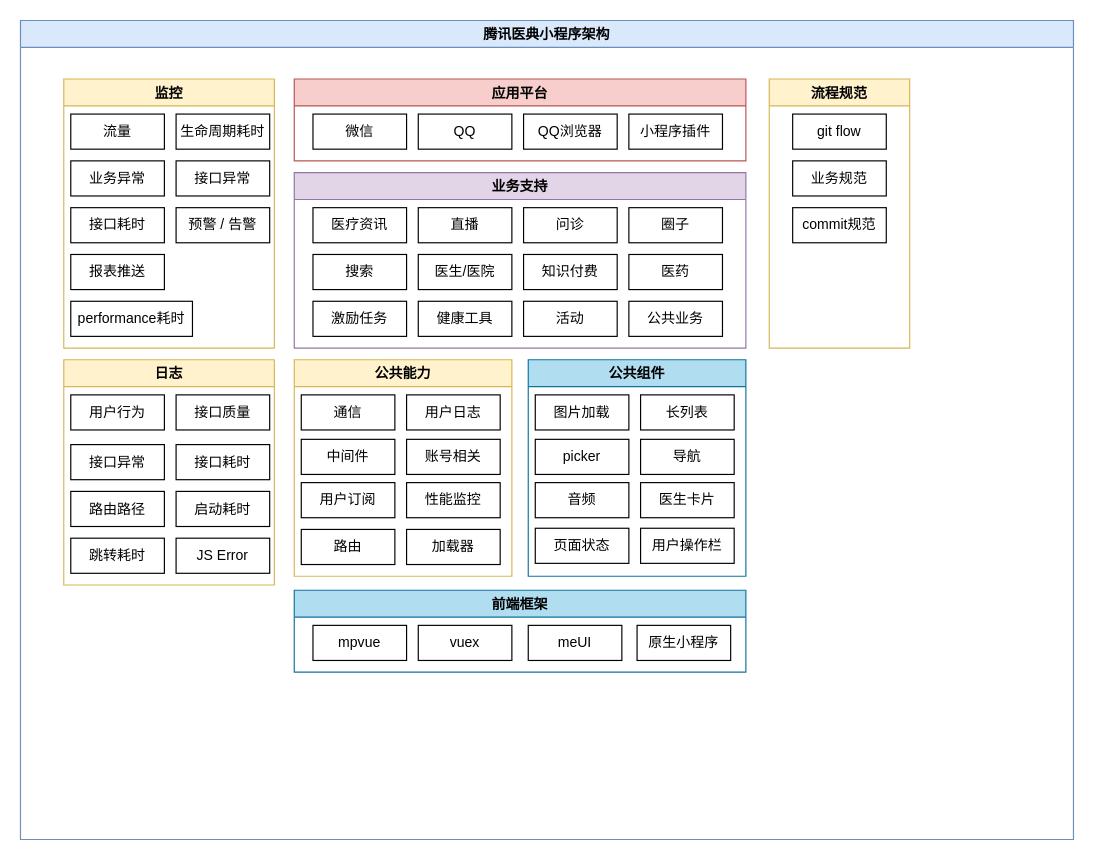
Earlier version of the draw.io diagram Untitled Diagram.drawio (yiqianglin/dailyHabits). Source tidied: cells renumbered, new cells numbered last; positions are measured from the earlier drawing's top-left corner, leaving out a move shared by most shapes. Both pictures are drawn from the tidied source at 117%, with x=0, y=0 at pixel (20, 20).
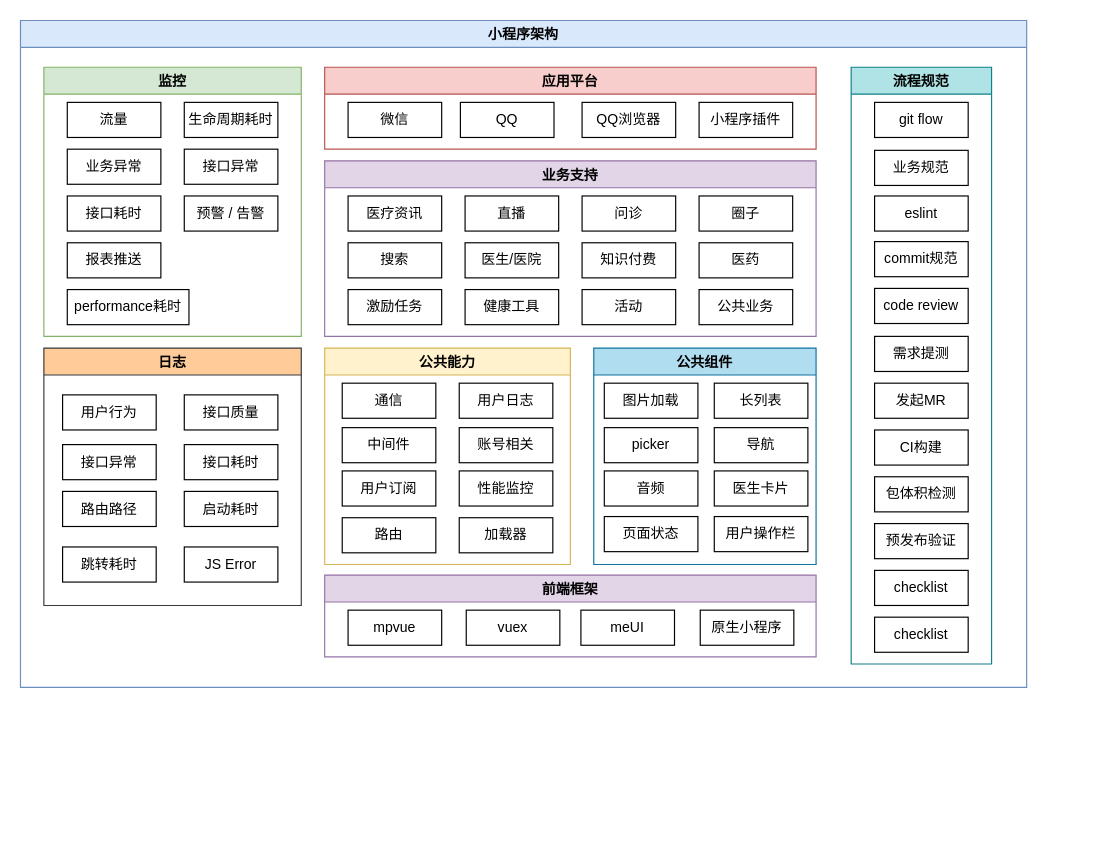
After the change.

The edit, as a diff of the source:
```diff
@@
-    <mxCell id="2" value="腾讯医典小程序架构" style="swimlane;fillColor=#dae8fc;strokeColor=#6c8ebf;" parent="1" vertex="1">
-      <mxGeometry width="900" height="700" as="geometry" />
+    <mxCell id="2" value="小程序架构" style="swimlane;fillColor=#dae8fc;strokeColor=#6c8ebf;" parent="1" vertex="1">
+      <mxGeometry width="860" height="570" as="geometry" />
     </mxCell>
     <mxCell id="3" value="应用平台" style="swimlane;fillColor=#f8cecc;strokeColor=#b85450;" parent="2" vertex="1">
-      <mxGeometry x="234" y="50" width="386" height="70" as="geometry" />
+      <mxGeometry x="260" y="40" width="420" height="70" as="geometry" />
     </mxCell>
     <mxCell id="4" value="微信" style="whiteSpace=wrap;html=1;" parent="3" vertex="1">
-      <mxGeometry x="16" y="30" width="80" height="30" as="geometry" />
+      <mxGeometry x="20" y="30" width="80" height="30" as="geometry" />
     </mxCell>
     <mxCell id="5" value="QQ" style="whiteSpace=wrap;html=1;" parent="3" vertex="1">
-      <mxGeometry x="106" y="30" width="80" height="30" as="geometry" />
+      <mxGeometry x="116" y="30" width="80" height="30" as="geometry" />
     </mxCell>
     <mxCell id="6" value="QQ浏览器" style="whiteSpace=wrap;html=1;" parent="3" vertex="1">
-      <mxGeometry x="196" y="30" width="80" height="30" as="geometry" />
+      <mxGeometry x="220" y="30" width="80" height="30" as="geometry" />
     </mxCell>
     <mxCell id="7" value="小程序插件" style="whiteSpace=wrap;html=1;" parent="3" vertex="1">
-      <mxGeometry x="286" y="30" width="80" height="30" as="geometry" />
+      <mxGeometry x="320" y="30" width="80" height="30" as="geometry" />
     </mxCell>
     <mxCell id="8" value="业务支持" style="swimlane;fillColor=#e1d5e7;strokeColor=#9673a6;" parent="2" vertex="1">
-      <mxGeometry x="234" y="130" width="386" height="150" as="geometry" />
+      <mxGeometry x="260" y="120" width="420" height="150" as="geometry" />
     </mxCell>
     <mxCell id="9" value="医疗资讯" style="whiteSpace=wrap;html=1;" parent="8" vertex="1">
-      <mxGeometry x="16" y="30" width="80" height="30" as="geometry" />
+      <mxGeometry x="20" y="30" width="80" height="30" as="geometry" />
     </mxCell>
     <mxCell id="10" value="直播" style="whiteSpace=wrap;html=1;" parent="8" vertex="1">
-      <mxGeometry x="106" y="30" width="80" height="30" as="geometry" />
+      <mxGeometry x="120" y="30" width="80" height="30" as="geometry" />
     </mxCell>
     <mxCell id="11" value="问诊" style="whiteSpace=wrap;html=1;" parent="8" vertex="1">
-      <mxGeometry x="196" y="30" width="80" height="30" as="geometry" />
+      <mxGeometry x="220" y="30" width="80" height="30" as="geometry" />
     </mxCell>
     <mxCell id="12" value="圈子" style="whiteSpace=wrap;html=1;" parent="8" vertex="1">
-      <mxGeometry x="286" y="30" width="80" height="30" as="geometry" />
+      <mxGeometry x="320" y="30" width="80" height="30" as="geometry" />
     </mxCell>
     <mxCell id="13" value="搜索" style="whiteSpace=wrap;html=1;" parent="8" vertex="1">
-      <mxGeometry x="16" y="70" width="80" height="30" as="geometry" />
+      <mxGeometry x="20" y="70" width="80" height="30" as="geometry" />
     </mxCell>
     <mxCell id="14" value="医生/医院" style="whiteSpace=wrap;html=1;" parent="8" vertex="1">
-      <mxGeometry x="106" y="70" width="80" height="30" as="geometry" />
+      <mxGeometry x="120" y="70" width="80" height="30" as="geometry" />
     </mxCell>
     <mxCell id="15" value="知识付费" style="whiteSpace=wrap;html=1;" parent="8" vertex="1">
-      <mxGeometry x="196" y="70" width="80" height="30" as="geometry" />
+      <mxGeometry x="220" y="70" width="80" height="30" as="geometry" />
     </mxCell>
     <mxCell id="16" value="激励任务" style="whiteSpace=wrap;html=1;" parent="8" vertex="1">
-      <mxGeometry x="16" y="110" width="80" height="30" as="geometry" />
+      <mxGeometry x="20" y="110" width="80" height="30" as="geometry" />
     </mxCell>
     <mxCell id="17" value="健康工具" style="whiteSpace=wrap;html=1;" parent="8" vertex="1">
-      <mxGeometry x="106" y="110" width="80" height="30" as="geometry" />
+      <mxGeometry x="120" y="110" width="80" height="30" as="geometry" />
     </mxCell>
     <mxCell id="18" value="活动" style="whiteSpace=wrap;html=1;" parent="8" vertex="1">
-      <mxGeometry x="196" y="110" width="80" height="30" as="geometry" />
+      <mxGeometry x="220" y="110" width="80" height="30" as="geometry" />
     </mxCell>
     <mxCell id="19" value="公共业务" style="whiteSpace=wrap;html=1;" parent="8" vertex="1">
-      <mxGeometry x="286" y="110" width="80" height="30" as="geometry" />
+      <mxGeometry x="320" y="110" width="80" height="30" as="geometry" />
     </mxCell>
     <mxCell id="20" value="医药" style="whiteSpace=wrap;html=1;" parent="8" vertex="1">
-      <mxGeometry x="286" y="70" width="80" height="30" as="geometry" />
+      <mxGeometry x="320" y="70" width="80" height="30" as="geometry" />
     </mxCell>
     <mxCell id="21" value="公共能力" style="swimlane;fillColor=#fff2cc;strokeColor=#d6b656;" parent="2" vertex="1">
-      <mxGeometry x="234" y="290" width="186" height="185" as="geometry" />
+      <mxGeometry x="260" y="280" width="210" height="185" as="geometry" />
     </mxCell>
     <mxCell id="22" value="通信" style="whiteSpace=wrap;html=1;" parent="21" vertex="1">
-      <mxGeometry x="6" y="30" width="80" height="30" as="geometry" />
+      <mxGeometry x="15" y="30" width="80" height="30" as="geometry" />
     </mxCell>
     <mxCell id="23" value="用户日志" style="whiteSpace=wrap;html=1;" parent="21" vertex="1">
-      <mxGeometry x="96" y="30" width="80" height="30" as="geometry" />
+      <mxGeometry x="115" y="30" width="80" height="30" as="geometry" />
     </mxCell>
     <mxCell id="24" value="账号相关" style="whiteSpace=wrap;html=1;" parent="21" vertex="1">
-      <mxGeometry x="96" y="68" width="80" height="30" as="geometry" />
+      <mxGeometry x="115" y="68" width="80" height="30" as="geometry" />
     </mxCell>
     <mxCell id="25" value="用户订阅" style="whiteSpace=wrap;html=1;" parent="21" vertex="1">
-      <mxGeometry x="6" y="105" width="80" height="30" as="geometry" />
+      <mxGeometry x="15" y="105" width="80" height="30" as="geometry" />
     </mxCell>
     <mxCell id="26" value="性能监控" style="whiteSpace=wrap;html=1;" parent="21" vertex="1">
-      <mxGeometry x="96" y="105" width="80" height="30" as="geometry" />
+      <mxGeometry x="115" y="105" width="80" height="30" as="geometry" />
     </mxCell>
     <mxCell id="27" value="路由" style="whiteSpace=wrap;html=1;" parent="21" vertex="1">
-      <mxGeometry x="6" y="145" width="80" height="30" as="geometry" />
+      <mxGeometry x="15" y="145" width="80" height="30" as="geometry" />
     </mxCell>
     <mxCell id="28" value="加载器" style="whiteSpace=wrap;html=1;" parent="21" vertex="1">
-      <mxGeometry x="96" y="145" width="80" height="30" as="geometry" />
+      <mxGeometry x="115" y="145" width="80" height="30" as="geometry" />
     </mxCell>
     <mxCell id="29" value="中间件" style="whiteSpace=wrap;html=1;" parent="21" vertex="1">
-      <mxGeometry x="6" y="68" width="80" height="30" as="geometry" />
+      <mxGeometry x="15" y="68" width="80" height="30" as="geometry" />
     </mxCell>
     <mxCell id="30" value="公共组件" style="swimlane;fillColor=#b1ddf0;strokeColor=#10739e;" parent="2" vertex="1">
-      <mxGeometry x="434" y="290" width="186" height="185" as="geometry" />
+      <mxGeometry x="490" y="280" width="190" height="185" as="geometry" />
     </mxCell>
     <mxCell id="31" value="图片加载" style="whiteSpace=wrap;html=1;" parent="30" vertex="1">
-      <mxGeometry x="6" y="30" width="80" height="30" as="geometry" />
+      <mxGeometry x="9" y="30" width="80" height="30" as="geometry" />
     </mxCell>
     <mxCell id="32" value="长列表" style="whiteSpace=wrap;html=1;" parent="30" vertex="1">
-      <mxGeometry x="96" y="30" width="80" height="30" as="geometry" />
+      <mxGeometry x="103" y="30" width="80" height="30" as="geometry" />
     </mxCell>
     <mxCell id="33" value="导航" style="whiteSpace=wrap;html=1;" parent="30" vertex="1">
-      <mxGeometry x="96" y="68" width="80" height="30" as="geometry" />
+      <mxGeometry x="103" y="68" width="80" height="30" as="geometry" />
     </mxCell>
     <mxCell id="34" value="音频" style="whiteSpace=wrap;html=1;" parent="30" vertex="1">
-      <mxGeometry x="6" y="105" width="80" height="30" as="geometry" />
+      <mxGeometry x="9" y="105" width="80" height="30" as="geometry" />
     </mxCell>
     <mxCell id="35" value="医生卡片" style="whiteSpace=wrap;html=1;" parent="30" vertex="1">
-      <mxGeometry x="96" y="105" width="80" height="30" as="geometry" />
+      <mxGeometry x="103" y="105" width="80" height="30" as="geometry" />
     </mxCell>
     <mxCell id="36" value="picker" style="whiteSpace=wrap;html=1;" parent="30" vertex="1">
-      <mxGeometry x="6" y="68" width="80" height="30" as="geometry" />
+      <mxGeometry x="9" y="68" width="80" height="30" as="geometry" />
     </mxCell>
     <mxCell id="37" value="页面状态" style="whiteSpace=wrap;html=1;" parent="30" vertex="1">
-      <mxGeometry x="6" y="144" width="80" height="30" as="geometry" />
+      <mxGeometry x="9" y="144" width="80" height="30" as="geometry" />
     </mxCell>
     <mxCell id="38" value="用户操作栏" style="whiteSpace=wrap;html=1;" parent="30" vertex="1">
-      <mxGeometry x="96" y="144" width="80" height="30" as="geometry" />
+      <mxGeometry x="103" y="144" width="80" height="30" as="geometry" />
     </mxCell>
-    <mxCell id="39" value="前端框架" style="swimlane;fillColor=#b1ddf0;strokeColor=#10739e;" parent="2" vertex="1">
-      <mxGeometry x="234" y="487" width="386" height="70" as="geometry" />
+    <mxCell id="39" value="前端框架" style="swimlane;fillColor=#e1d5e7;strokeColor=#9673a6;" parent="2" vertex="1">
+      <mxGeometry x="260" y="474" width="420" height="70" as="geometry" />
     </mxCell>
     <mxCell id="40" value="mpvue" style="whiteSpace=wrap;html=1;" parent="39" vertex="1">
-      <mxGeometry x="16" y="30" width="80" height="30" as="geometry" />
+      <mxGeometry x="20" y="30" width="80" height="30" as="geometry" />
     </mxCell>
     <mxCell id="41" value="vuex" style="whiteSpace=wrap;html=1;" parent="39" vertex="1">
-      <mxGeometry x="106" y="30" width="80" height="30" as="geometry" />
+      <mxGeometry x="121" y="30" width="80" height="30" as="geometry" />
     </mxCell>
     <mxCell id="42" value="meUI" style="whiteSpace=wrap;html=1;" parent="39" vertex="1">
-      <mxGeometry x="200" y="30" width="80" height="30" as="geometry" />
+      <mxGeometry x="219" y="30" width="80" height="30" as="geometry" />
     </mxCell>
     <mxCell id="43" value="原生小程序" style="whiteSpace=wrap;html=1;" parent="39" vertex="1">
-      <mxGeometry x="293" y="30" width="80" height="30" as="geometry" />
+      <mxGeometry x="321" y="30" width="80" height="30" as="geometry" />
     </mxCell>
+    <mxCell id="62" value="流程规范" style="swimlane;fillColor=#b0e3e6;strokeColor=#0e8088;" parent="2" vertex="1">
+      <mxGeometry x="710" y="40" width="120" height="510" as="geometry" />
+    </mxCell>
+    <mxCell id="63" value="git flow" style="whiteSpace=wrap;html=1;" parent="62" vertex="1">
+      <mxGeometry x="20" y="30" width="80" height="30" as="geometry" />
+    </mxCell>
+    <mxCell id="64" value="业务规范" style="whiteSpace=wrap;html=1;" parent="62" vertex="1">
+      <mxGeometry x="20" y="71" width="80" height="30" as="geometry" />
+    </mxCell>
+    <mxCell id="65" value="commit规范" style="whiteSpace=wrap;html=1;" parent="62" vertex="1">
+      <mxGeometry x="20" y="149" width="80" height="30" as="geometry" />
+    </mxCell>
+    <mxCell id="66" value="code review" style="whiteSpace=wrap;html=1;" parent="62" vertex="1">
+      <mxGeometry x="20" y="189" width="80" height="30" as="geometry" />
+    </mxCell>
+    <mxCell id="67" value="需求提测" style="whiteSpace=wrap;html=1;" parent="62" vertex="1">
+      <mxGeometry x="20" y="230" width="80" height="30" as="geometry" />
+    </mxCell>
+    <mxCell id="68" value="发起MR" style="whiteSpace=wrap;html=1;" parent="62" vertex="1">
+      <mxGeometry x="20" y="270" width="80" height="30" as="geometry" />
+    </mxCell>
+    <mxCell id="69" value="CI构建" style="whiteSpace=wrap;html=1;" parent="62" vertex="1">
+      <mxGeometry x="20" y="310" width="80" height="30" as="geometry" />
+    </mxCell>
+    <mxCell id="70" value="预发布验证" style="whiteSpace=wrap;html=1;" parent="62" vertex="1">
+      <mxGeometry x="20" y="390" width="80" height="30" as="geometry" />
+    </mxCell>
+    <mxCell id="71" value="包体积检测" style="whiteSpace=wrap;html=1;" parent="62" vertex="1">
+      <mxGeometry x="20" y="350" width="80" height="30" as="geometry" />
+    </mxCell>
+    <mxCell id="72" value="checklist" style="whiteSpace=wrap;html=1;" parent="62" vertex="1">
+      <mxGeometry x="20" y="430" width="80" height="30" as="geometry" />
+    </mxCell>
+    <mxCell id="73" value="checklist" style="whiteSpace=wrap;html=1;" parent="62" vertex="1">
+      <mxGeometry x="20" y="470" width="80" height="30" as="geometry" />
+    </mxCell>
+    <mxCell id="74" value="eslint" style="whiteSpace=wrap;html=1;" parent="62" vertex="1">
+      <mxGeometry x="20" y="110" width="80" height="30" as="geometry" />
+    </mxCell>
-    <mxCell id="44" value="监控" style="swimlane;fillColor=#fff2cc;strokeColor=#d6b656;" parent="2" vertex="1">
-      <mxGeometry x="37" y="50" width="180" height="230" as="geometry" />
+    <mxCell id="44" value="监控" style="swimlane;fillColor=#d5e8d4;strokeColor=#82b366;" parent="2" vertex="1">
+      <mxGeometry x="20" y="40" width="220" height="230" as="geometry" />
     </mxCell>
     <mxCell id="45" value="流量" style="whiteSpace=wrap;html=1;" parent="44" vertex="1">
-      <mxGeometry x="6" y="30" width="80" height="30" as="geometry" />
+      <mxGeometry x="20" y="30" width="80" height="30" as="geometry" />
     </mxCell>
     <mxCell id="46" value="生命周期耗时" style="whiteSpace=wrap;html=1;" parent="44" vertex="1">
-      <mxGeometry x="96" y="30" width="80" height="30" as="geometry" />
+      <mxGeometry x="120" y="30" width="80" height="30" as="geometry" />
     </mxCell>
     <mxCell id="47" value="接口异常" style="whiteSpace=wrap;html=1;" parent="44" vertex="1">
-      <mxGeometry x="96" y="70" width="80" height="30" as="geometry" />
+      <mxGeometry x="120" y="70" width="80" height="30" as="geometry" />
     </mxCell>
     <mxCell id="48" value="接口耗时" style="whiteSpace=wrap;html=1;" parent="44" vertex="1">
-      <mxGeometry x="6" y="110" width="80" height="30" as="geometry" />
+      <mxGeometry x="20" y="110" width="80" height="30" as="geometry" />
     </mxCell>
     <mxCell id="49" value="报表推送" style="whiteSpace=wrap;html=1;" parent="44" vertex="1">
-      <mxGeometry x="6" y="150" width="80" height="30" as="geometry" />
+      <mxGeometry x="20" y="150" width="80" height="30" as="geometry" />
     </mxCell>
     <mxCell id="50" value="performance耗时" style="whiteSpace=wrap;html=1;" parent="44" vertex="1">
-      <mxGeometry x="6" y="190" width="104" height="30" as="geometry" />
+      <mxGeometry x="20" y="190" width="104" height="30" as="geometry" />
     </mxCell>
     <mxCell id="51" value="业务异常" style="whiteSpace=wrap;html=1;" parent="44" vertex="1">
-      <mxGeometry x="6" y="70" width="80" height="30" as="geometry" />
+      <mxGeometry x="20" y="70" width="80" height="30" as="geometry" />
     </mxCell>
     <mxCell id="52" value="预警 / 告警" style="whiteSpace=wrap;html=1;" parent="44" vertex="1">
-      <mxGeometry x="96" y="110" width="80" height="30" as="geometry" />
+      <mxGeometry x="120" y="110" width="80" height="30" as="geometry" />
     </mxCell>
-    <mxCell id="53" value="日志" style="swimlane;fillColor=#fff2cc;strokeColor=#d6b656;" parent="2" vertex="1">
-      <mxGeometry x="37" y="290" width="180" height="192.5" as="geometry" />
+    <mxCell id="53" value="日志" style="swimlane;fillColor=#ffcc99;strokeColor=#36393d;" parent="2" vertex="1">
+      <mxGeometry x="20" y="280" width="220" height="220" as="geometry" />
     </mxCell>
     <mxCell id="54" value="用户行为" style="whiteSpace=wrap;html=1;" parent="53" vertex="1">
-      <mxGeometry x="6" y="30" width="80" height="30" as="geometry" />
+      <mxGeometry x="16" y="40" width="80" height="30" as="geometry" />
     </mxCell>
     <mxCell id="55" value="接口质量" style="whiteSpace=wrap;html=1;" parent="53" vertex="1">
-      <mxGeometry x="96" y="30" width="80" height="30" as="geometry" />
+      <mxGeometry x="120" y="40" width="80" height="30" as="geometry" />
     </mxCell>
     <mxCell id="56" value="接口异常" style="whiteSpace=wrap;html=1;" parent="53" vertex="1">
-      <mxGeometry x="6" y="72.5" width="80" height="30" as="geometry" />
+      <mxGeometry x="16" y="82.5" width="80" height="30" as="geometry" />
     </mxCell>
     <mxCell id="57" value="接口耗时" style="whiteSpace=wrap;html=1;" parent="53" vertex="1">
-      <mxGeometry x="96" y="72.5" width="80" height="30" as="geometry" />
+      <mxGeometry x="120" y="82.5" width="80" height="30" as="geometry" />
     </mxCell>
     <mxCell id="58" value="路由路径" style="whiteSpace=wrap;html=1;" parent="53" vertex="1">
-      <mxGeometry x="6" y="112.5" width="80" height="30" as="geometry" />
+      <mxGeometry x="16" y="122.5" width="80" height="30" as="geometry" />
     </mxCell>
     <mxCell id="59" value="启动耗时" style="whiteSpace=wrap;html=1;" parent="53" vertex="1">
-      <mxGeometry x="96" y="112.5" width="80" height="30" as="geometry" />
+      <mxGeometry x="120" y="122.5" width="80" height="30" as="geometry" />
     </mxCell>
     <mxCell id="60" value="跳转耗时" style="whiteSpace=wrap;html=1;" parent="53" vertex="1">
-      <mxGeometry x="6" y="152.5" width="80" height="30" as="geometry" />
+      <mxGeometry x="16" y="170" width="80" height="30" as="geometry" />
     </mxCell>
     <mxCell id="61" value="JS Error" style="whiteSpace=wrap;html=1;" parent="53" vertex="1">
-      <mxGeometry x="96" y="152.5" width="80" height="30" as="geometry" />
+      <mxGeometry x="120" y="170" width="80" height="30" as="geometry" />
     </mxCell>
-    <mxCell id="62" value="流程规范" style="swimlane;fillColor=#fff2cc;strokeColor=#d6b656;" parent="2" vertex="1">
-      <mxGeometry x="640" y="50" width="120" height="230" as="geometry" />
-    </mxCell>
-    <mxCell id="63" value="git flow" style="whiteSpace=wrap;html=1;" parent="62" vertex="1">
-      <mxGeometry x="20" y="30" width="80" height="30" as="geometry" />
-    </mxCell>
-    <mxCell id="64" value="业务规范" style="whiteSpace=wrap;html=1;" parent="62" vertex="1">
-      <mxGeometry x="20" y="70" width="80" height="30" as="geometry" />
-    </mxCell>
-    <mxCell id="65" value="commit规范" style="whiteSpace=wrap;html=1;" parent="62" vertex="1">
-      <mxGeometry x="20" y="110" width="80" height="30" as="geometry" />
-    </mxCell>
```
